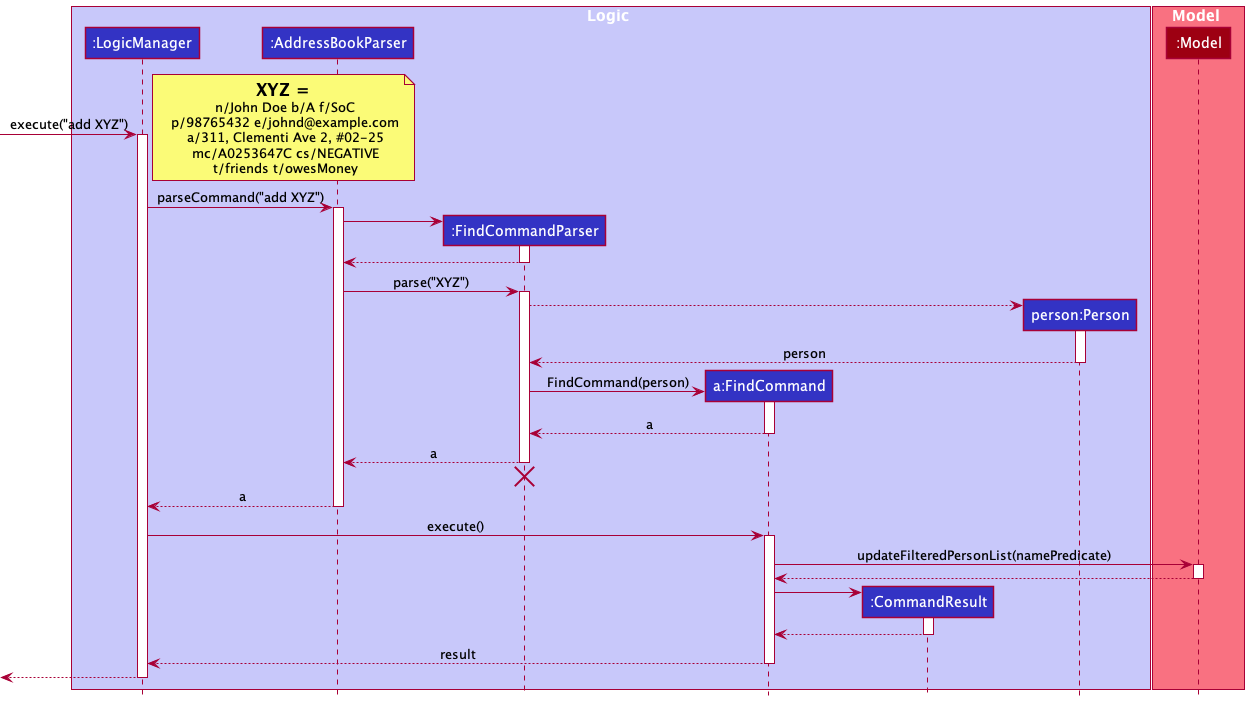
Before: docs/images/FindSequenceDiagram.png, a diagram exported from PlantUML (nus-cs2103-AY2122S2/tp).
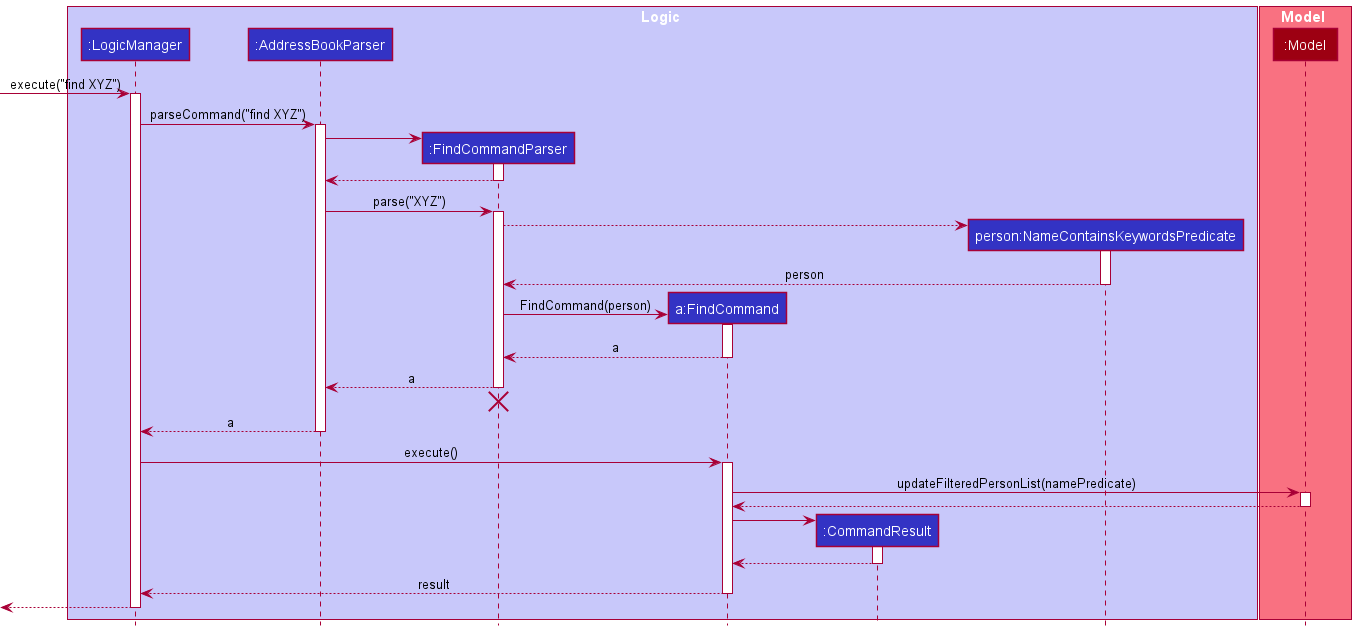
Above is the later version.

Commit message:
Update on find DG part

Diff of the diagram source:
```diff
@@ -7,7 +7,7 @@
 participant ":FindCommandParser" as FindCommandParser LOGIC_COLOR
 participant "a:FindCommand" as FindCommand LOGIC_COLOR
 participant ":CommandResult" as CommandResult LOGIC_COLOR
-participant "person:Person" as Person LOGIC_COLOR
+participant "person:NameContainsKeywordsPredicate" as NameContainsKeywordsPredicate LOGIC_COLOR
 end box
 
 
@@ -15,18 +15,10 @@
 participant ":Model" as Model MODEL_COLOR
 end box
 
-[-> LogicManager : execute("add XYZ")
+[-> LogicManager : execute("find XYZ")
 activate LogicManager
-note RIGHT
-=XYZ =
- n/John Doe b/A f/SoC
- p/98765432 e/johnd@example.com
- a/311, Clementi Ave 2, #02-25
- mc/A0253647C cs/NEGATIVE
- t/friends t/owesMoney
-end note
 
-LogicManager -> AddressBookParser : parseCommand("add XYZ")
+LogicManager -> AddressBookParser : parseCommand("find XYZ")
 activate AddressBookParser
 
 create FindCommandParser
@@ -39,11 +31,11 @@
 AddressBookParser -> FindCommandParser : parse("XYZ")
 activate FindCommandParser
 
-create Person
-FindCommandParser --> Person
-activate Person
-Person --> FindCommandParser : person
-deactivate Person
+create NameContainsKeywordsPredicate
+FindCommandParser --> NameContainsKeywordsPredicate
+activate NameContainsKeywordsPredicate
+NameContainsKeywordsPredicate --> FindCommandParser : person
+deactivate NameContainsKeywordsPredicate
 
 create FindCommand
 FindCommandParser -> FindCommand : FindCommand(person)
```
